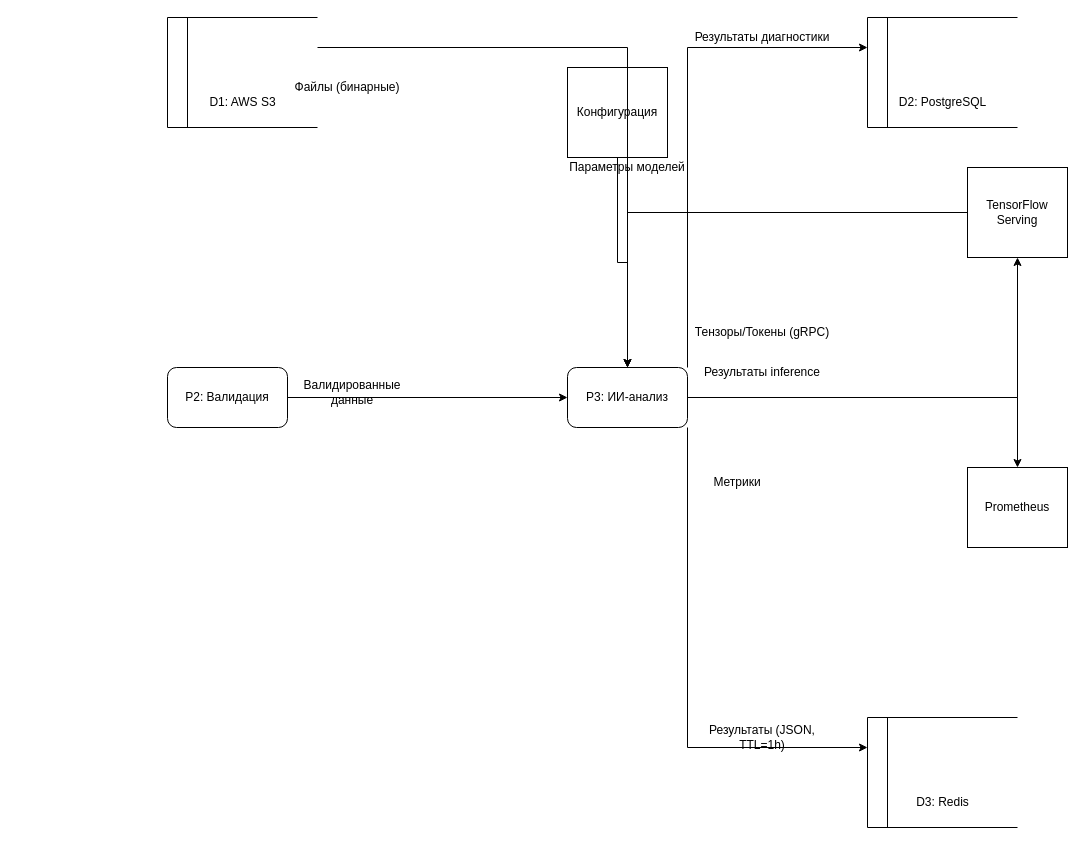
Edisheri/system-engineering-playbook keeps this draw.io diagram as diagrams-codes/DFD_P3.drawio. Above is the earlier version. Source tidied: cells renumbered, new cells numbered last; positions are measured from the earlier drawing's top-left corner, leaving out a move shared by most shapes. Both pictures are drawn from the tidied source at 100%, with x=0, y=0 at pixel (167, 17).
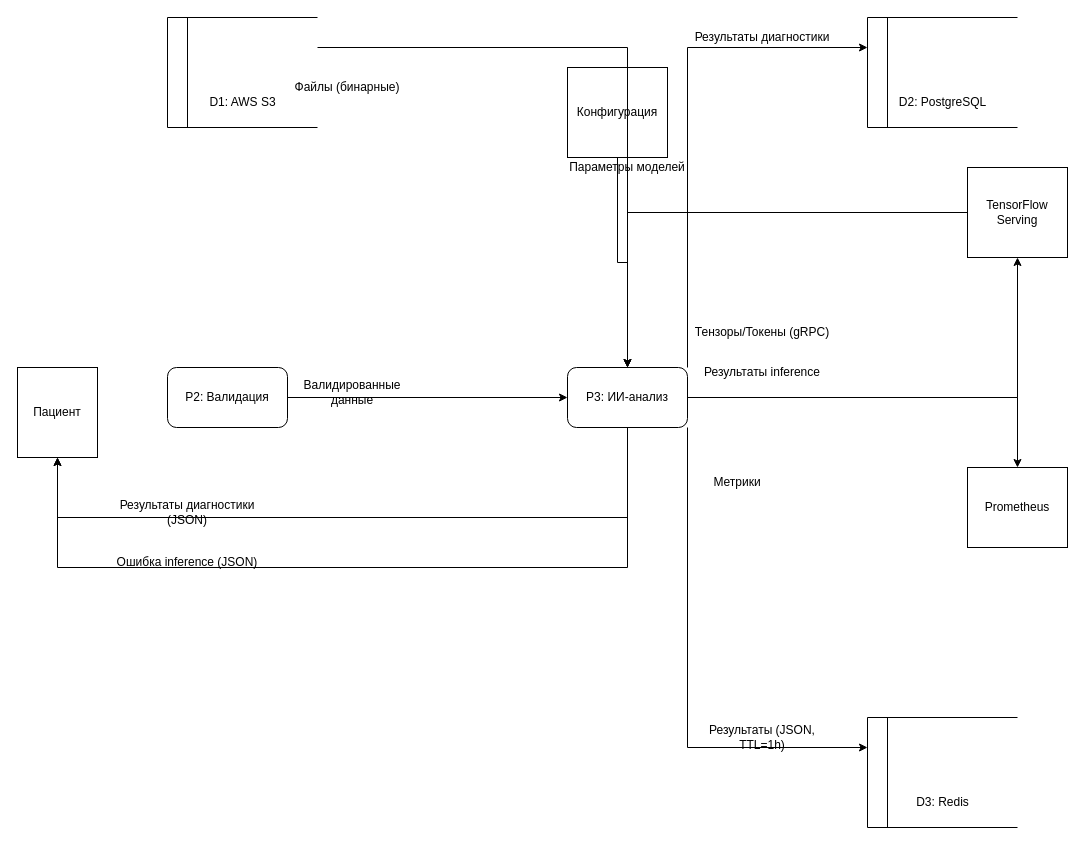
The same page after the edit.

Unchanged cells that the change refers to:
```xml
<mxCell id="3" value="P3: ИИ-анализ" style="rounded=1;whiteSpace=wrap;html=1;" parent="1" vertex="1">
  <mxGeometry x="400" y="350" width="120" height="60" as="geometry" />
</mxCell>
```

Change to the diagram source:
```diff
@@
+    <mxCell id="41" value="Пациент" style="whiteSpace=wrap;html=1;" parent="1" vertex="1">
+      <mxGeometry x="-150" y="350" width="80" height="90" as="geometry" />
+    </mxCell>
+    <mxCell id="42" style="edgeStyle=orthogonalEdgeStyle;rounded=0;jettySize=auto;html=1;" parent="1" edge="1" source="3" target="41">
+      <mxGeometry relative="1" as="geometry">
+        <Array as="points">
+          <mxPoint x="460" y="500" />
+          <mxPoint x="-110" y="500" />
+        </Array>
+      </mxGeometry>
+    </mxCell>
+    <mxCell id="43" value="Результаты диагностики (JSON)" style="text;html=1;align=center;verticalAlign=middle;whiteSpace=wrap;rounded=0;" parent="1" vertex="1">
+      <mxGeometry x="-70" y="480" width="180" height="30" as="geometry" />
+    </mxCell>
+    <mxCell id="44" style="edgeStyle=orthogonalEdgeStyle;rounded=0;jettySize=auto;html=1;" parent="1" edge="1" source="3" target="41">
+      <mxGeometry relative="1" as="geometry">
+        <Array as="points">
+          <mxPoint x="460" y="550" />
+          <mxPoint x="-110" y="550" />
+        </Array>
+      </mxGeometry>
+    </mxCell>
+    <mxCell id="45" value="Ошибка inference (JSON)" style="text;html=1;align=center;verticalAlign=middle;whiteSpace=wrap;rounded=0;" parent="1" vertex="1">
+      <mxGeometry x="-70" y="530" width="180" height="30" as="geometry" />
+    </mxCell>
```
